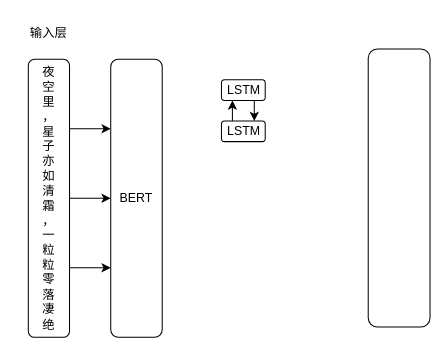
Earlier version of the draw.io diagram figures/未命名绘图.drawio (sukeey/W2NER). Source tidied: cells renumbered, new cells numbered last; positions are measured from the earlier drawing's top-left corner, leaving out a move shared by most shapes. Both pictures are drawn from the tidied source at 103%, with x=0, y=0 at pixel (18, 18).
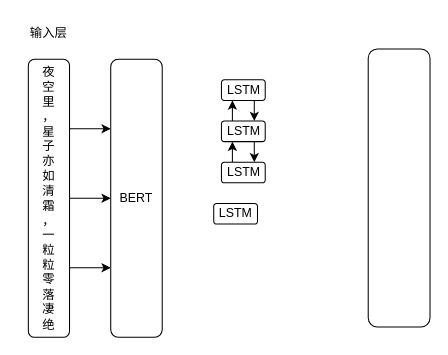
Above is the later version.

Commit message:
更新未命名绘图.drawio

Change to the diagram source:
```diff
@@
 <mxGraphModel>
   <root>
     <mxCell id="0" />
     <mxCell id="1" parent="0" />
     <mxCell id="2" style="edgeStyle=orthogonalEdgeStyle;rounded=0;jettySize=auto;html=1;exitX=0;exitY=0.5;exitDx=0;exitDy=0;entryX=1;entryY=0.5;entryDx=0;entryDy=0;" parent="1" edge="1" source="5" target="6">
       <mxGeometry relative="1" as="geometry" />
     </mxCell>
     <mxCell id="3" style="edgeStyle=orthogonalEdgeStyle;rounded=0;jettySize=auto;html=1;exitX=0;exitY=0.75;exitDx=0;exitDy=0;entryX=1;entryY=0.75;entryDx=0;entryDy=0;" parent="1" edge="1" source="5" target="6">
       <mxGeometry relative="1" as="geometry" />
     </mxCell>
     <mxCell id="4" style="edgeStyle=orthogonalEdgeStyle;rounded=0;jettySize=auto;html=1;exitX=0;exitY=0.25;exitDx=0;exitDy=0;entryX=1;entryY=0.25;entryDx=0;entryDy=0;" parent="1" edge="1" source="5" target="6">
       <mxGeometry relative="1" as="geometry" />
     </mxCell>
     <mxCell id="5" value="&lt;div&gt;夜&lt;/div&gt;&lt;div&gt;空&lt;/div&gt;&lt;div&gt;里&lt;/div&gt;&lt;div&gt;，&lt;/div&gt;&lt;div&gt;&lt;span style=&quot;background-color: transparent;&quot;&gt;星&lt;/span&gt;&lt;/div&gt;&lt;div&gt;&lt;span style=&quot;background-color: transparent;&quot;&gt;子&lt;/span&gt;&lt;/div&gt;&lt;div&gt;&lt;span style=&quot;background-color: transparent;&quot;&gt;亦&lt;/span&gt;&lt;/div&gt;&lt;div&gt;如&lt;/div&gt;&lt;div&gt;清&lt;/div&gt;&lt;div&gt;霜&lt;/div&gt;&lt;div&gt;，&lt;/div&gt;&lt;div&gt;一&lt;/div&gt;&lt;div&gt;粒&lt;/div&gt;&lt;div&gt;粒&lt;/div&gt;&lt;div&gt;零&lt;/div&gt;&lt;div&gt;落&lt;/div&gt;&lt;div&gt;凄&lt;/div&gt;&lt;div&gt;绝&lt;/div&gt;" style="rounded=1;whiteSpace=wrap;html=1;direction=west;" parent="1" vertex="1">
       <mxGeometry x="10" y="40" width="40" height="270" as="geometry" />
     </mxCell>
     <mxCell id="6" value="BERT" style="rounded=1;whiteSpace=wrap;html=1;direction=west;" parent="1" vertex="1">
       <mxGeometry x="90" y="40" width="50" height="270" as="geometry" />
     </mxCell>
     <mxCell id="7" value="输入层" style="text;html=1;strokeColor=none;fillColor=none;align=center;verticalAlign=middle;whiteSpace=wrap;rounded=0;labelBackgroundColor=none;" parent="1" vertex="1">
       <mxGeometry width="60" height="30" as="geometry" />
     </mxCell>
     <mxCell id="8" style="rounded=1;whiteSpace=wrap;html=1;direction=west;" parent="1" vertex="1">
       <mxGeometry x="340" y="30" width="60" height="270" as="geometry" />
     </mxCell>
     <mxCell id="9" style="edgeStyle=orthogonalEdgeStyle;rounded=0;jettySize=auto;html=1;exitX=0.75;exitY=1;exitDx=0;exitDy=0;entryX=0.75;entryY=0;entryDx=0;entryDy=0;" parent="1" edge="1" source="10" target="12">
       <mxGeometry relative="1" as="geometry" />
     </mxCell>
     <mxCell id="10" value="LSTM" style="rounded=1;whiteSpace=wrap;html=1;labelBackgroundColor=none;" parent="1" vertex="1">
       <mxGeometry x="197.5" y="60" width="42.5" height="20" as="geometry" />
     </mxCell>
     <mxCell id="11" style="edgeStyle=orthogonalEdgeStyle;rounded=0;jettySize=auto;html=1;exitX=0.25;exitY=0;exitDx=0;exitDy=0;entryX=0.25;entryY=1;entryDx=0;entryDy=0;" parent="1" edge="1" source="12" target="10">
       <mxGeometry relative="1" as="geometry" />
     </mxCell>
+    <mxCell id="13" style="edgeStyle=orthogonalEdgeStyle;rounded=0;jettySize=auto;html=1;exitX=0.75;exitY=1;exitDx=0;exitDy=0;entryX=0.75;entryY=0;entryDx=0;entryDy=0;" parent="1" edge="1" source="12" target="15">
+      <mxGeometry relative="1" as="geometry" />
+    </mxCell>
     <mxCell id="12" value="LSTM" style="rounded=1;whiteSpace=wrap;html=1;labelBackgroundColor=none;" parent="1" vertex="1">
       <mxGeometry x="197.5" y="100" width="42.5" height="20" as="geometry" />
     </mxCell>
+    <mxCell id="14" style="edgeStyle=orthogonalEdgeStyle;rounded=0;jettySize=auto;html=1;exitX=0.25;exitY=0;exitDx=0;exitDy=0;entryX=0.25;entryY=1;entryDx=0;entryDy=0;" parent="1" edge="1" source="15" target="12">
+      <mxGeometry relative="1" as="geometry" />
+    </mxCell>
+    <mxCell id="15" value="LSTM" style="rounded=1;whiteSpace=wrap;html=1;labelBackgroundColor=none;" parent="1" vertex="1">
+      <mxGeometry x="197.5" y="140" width="42.5" height="20" as="geometry" />
+    </mxCell>
+    <mxCell id="16" value="LSTM" style="rounded=1;whiteSpace=wrap;html=1;labelBackgroundColor=none;" parent="1" vertex="1">
+      <mxGeometry x="190" y="180" width="42.5" height="20" as="geometry" />
+    </mxCell>
   </root>
 </mxGraphModel>
```
